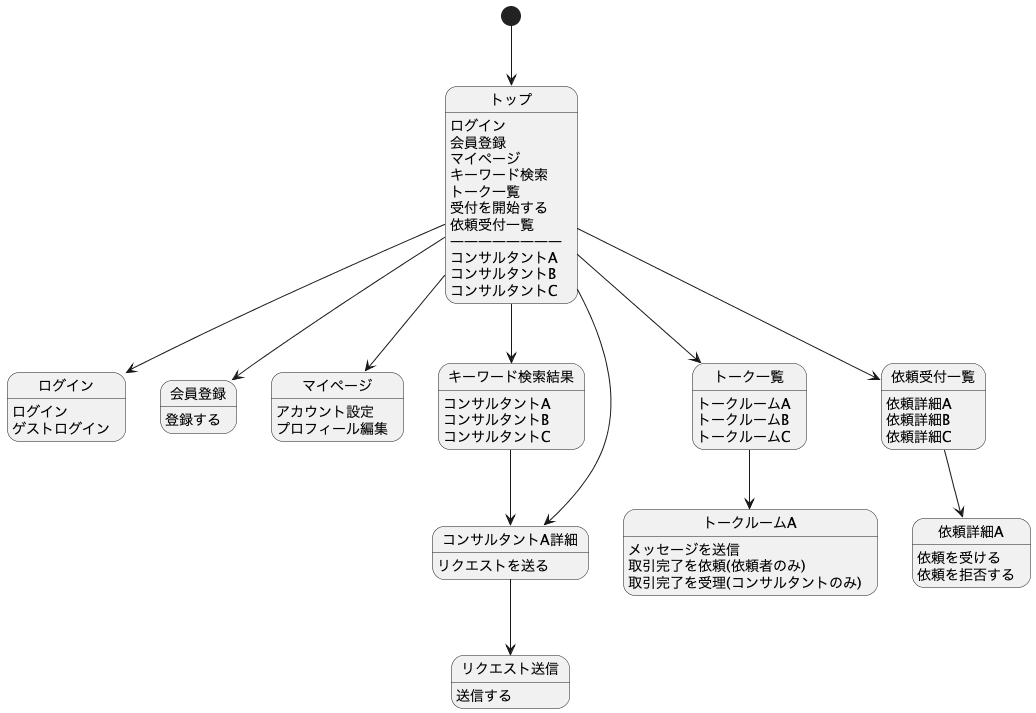
Before: documents/screen_flow_diagram.png, a diagram exported from PlantUML (nobukofu69/origin-idea).
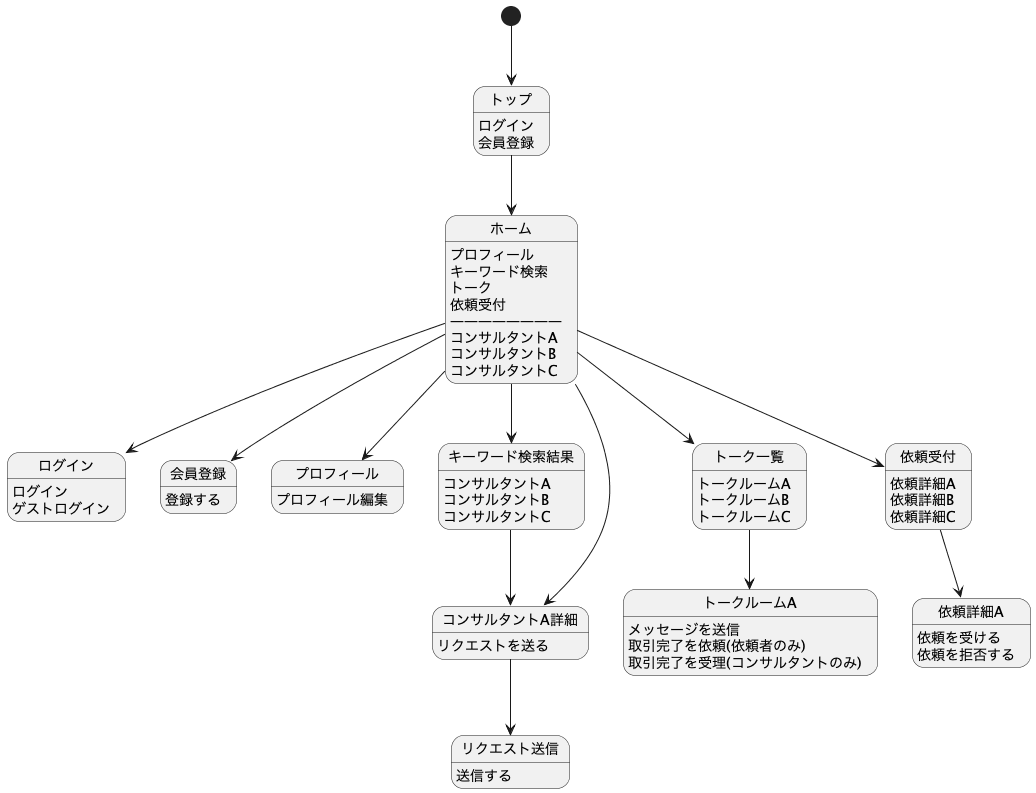
After the change.

Commit message:
screen_fow_diagram再作成

Change to the diagram source:
```diff
@@ -3,30 +3,31 @@
 [*] --> トップ
 トップ : ログイン
 トップ : 会員登録
-トップ : マイページ
-トップ : キーワード検索
-トップ : トーク一覧
-トップ : 受付を開始する
-トップ : 依頼受付一覧
-トップ : ――――――――
-トップ : コンサルタントA
-トップ : コンサルタントB
-トップ : コンサルタントC
-トップ --> ログイン
-トップ --> 会員登録
-トップ --> マイページ
-トップ --> キーワード検索結果
-トップ --> トーク一覧
-トップ --> 依頼受付一覧
-トップ --> コンサルタントA詳細
+
+トップ --> ホーム
+
+ホーム : プロフィール
+ホーム : キーワード検索
+ホーム : トーク
+ホーム : 依頼受付
+ホーム : ――――――――
+ホーム : コンサルタントA
+ホーム : コンサルタントB
+ホーム : コンサルタントC
+ホーム --> ログイン
+ホーム --> 会員登録
+ホーム --> プロフィール
+ホーム --> キーワード検索結果
+ホーム --> トーク一覧
+ホーム --> 依頼受付
+ホーム --> コンサルタントA詳細
 
 ログイン : ログイン
 ログイン : ゲストログイン
 
 会員登録 : 登録する
 
-マイページ : アカウント設定
-マイページ : プロフィール編集
+プロフィール : プロフィール編集
 
 キーワード検索結果: コンサルタントA
 キーワード検索結果: コンサルタントB
@@ -47,10 +48,10 @@
 トークルームA : 取引完了を依頼(依頼者のみ)
 トークルームA : 取引完了を受理(コンサルタントのみ)
 
-依頼受付一覧 : 依頼詳細A
-依頼受付一覧 : 依頼詳細B
-依頼受付一覧 : 依頼詳細C
-依頼受付一覧 --> 依頼詳細A
+依頼受付 : 依頼詳細A
+依頼受付 : 依頼詳細B
+依頼受付 : 依頼詳細C
+依頼受付 --> 依頼詳細A
 
 依頼詳細A : 依頼を受ける
 依頼詳細A : 依頼を拒否する
```
